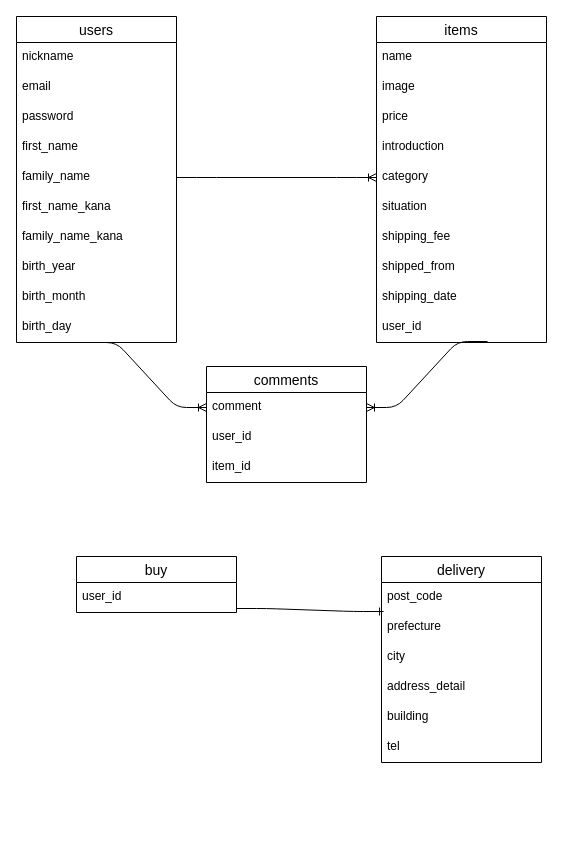
The draw.io diagram ER.dio in rokixiansheng/furima-41790, before the edit. Source tidied: cells renumbered, new cells numbered last; positions are measured from the earlier drawing's top-left corner, leaving out a move shared by most shapes. Both pictures are drawn from the tidied source at 100%, with x=0, y=0 at pixel (16, 16).
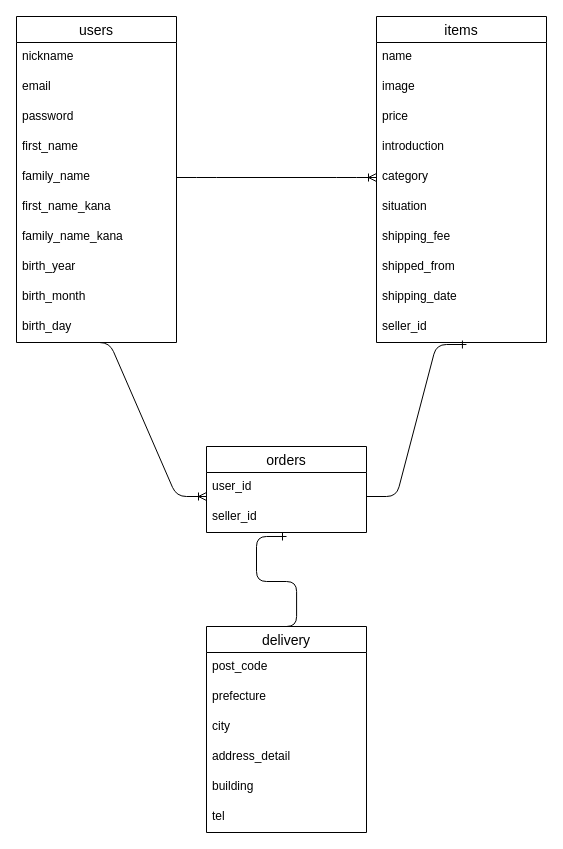
The same page after the edit.

Commit message (it also covers changes not shown here):
データベース設計②

Unchanged cells that the change refers to:
```xml
<mxCell id="2" value="users" style="swimlane;fontStyle=0;horizontal=1;startSize=26;align=center;fontSize=14;" parent="1" vertex="1">
  <mxGeometry width="160" height="326" as="geometry" />
</mxCell>
<mxCell id="13" value="birth_day" style="text;strokeColor=none;fillColor=none;spacingLeft=4;spacingRight=4;overflow=hidden;points=[[0,0.5],[1,0.5]];portConstraint=eastwest;fontSize=12;" parent="2" vertex="1">
  <mxGeometry y="296" width="160" height="30" as="geometry" />
</mxCell>
<mxCell id="14" value="items" style="swimlane;fontStyle=0;horizontal=1;startSize=26;align=center;fontSize=14;" parent="1" vertex="1">
  <mxGeometry x="360" width="170" height="326" as="geometry" />
</mxCell>
<mxCell id="26" value="user_id" style="text;strokeColor=none;fillColor=none;spacingLeft=4;spacingRight=4;overflow=hidden;points=[[0,0.5],[1,0.5]];portConstraint=eastwest;fontSize=12;" parent="25" vertex="1">
  <mxGeometry y="26" width="160" height="30" as="geometry" />
</mxCell>
<mxCell id="29" value="prefecture" style="text;strokeColor=none;fillColor=none;spacingLeft=4;spacingRight=4;overflow=hidden;points=[[0,0.5],[1,0.5]];portConstraint=eastwest;fontSize=12;" parent="27" vertex="1">
  <mxGeometry y="56" width="160" height="30" as="geometry" />
</mxCell>
```

Change to the diagram source:
```diff
@@
-    <mxCell id="12" style="edgeStyle=entityRelationEdgeStyle;fontSize=12;html=1;endArrow=ERoneToMany;entryX=0;entryY=0.5;entryDx=0;entryDy=0;" parent="2" edge="1" target="35">
-      <mxGeometry relative="1" as="geometry">
-        <mxPoint x="70" y="326" as="sourcePoint" />
-      </mxGeometry>
-    </mxCell>
@@
-    <mxCell id="24" value="user_id" style="text;strokeColor=none;fillColor=none;spacingLeft=4;spacingRight=4;overflow=hidden;points=[[0,0.5],[1,0.5]];portConstraint=eastwest;fontSize=12;" parent="14" vertex="1">
+    <mxCell id="24" value="seller_id" style="text;strokeColor=none;fillColor=none;spacingLeft=4;spacingRight=4;overflow=hidden;points=[[0,0.5],[1,0.5]];portConstraint=eastwest;fontSize=12;" parent="14" vertex="1">
       <mxGeometry y="296" width="170" height="30" as="geometry" />
     </mxCell>
-    <mxCell id="25" value="buy" style="swimlane;fontStyle=0;horizontal=1;startSize=26;align=center;fontSize=14;" parent="1" vertex="1">
-      <mxGeometry x="60" y="540" width="160" height="56" as="geometry" />
+    <mxCell id="25" value="orders" style="swimlane;fontStyle=0;horizontal=1;startSize=26;align=center;fontSize=14;" parent="1" vertex="1">
+      <mxGeometry x="190" y="430" width="160" height="86" as="geometry" />
     </mxCell>
@@
+    <mxCell id="41" value="seller_id" style="text;strokeColor=none;fillColor=none;spacingLeft=4;spacingRight=4;overflow=hidden;points=[[0,0.5],[1,0.5]];portConstraint=eastwest;fontSize=12;" parent="25" vertex="1">
+      <mxGeometry y="56" width="160" height="30" as="geometry" />
+    </mxCell>
     <mxCell id="27" value="delivery" style="swimlane;fontStyle=0;horizontal=1;startSize=26;align=center;fontSize=14;" parent="1" vertex="1">
-      <mxGeometry x="365" y="540" width="160" height="206" as="geometry" />
+      <mxGeometry x="190" y="610" width="160" height="206" as="geometry" />
     </mxCell>
@@
-    <mxCell id="34" value="comments" style="swimlane;fontStyle=0;horizontal=1;startSize=26;align=center;fontSize=14;" parent="1" vertex="1">
-      <mxGeometry x="190" y="350" width="160" height="116" as="geometry" />
-    </mxCell>
-    <mxCell id="35" value="comment" style="text;strokeColor=none;fillColor=none;spacingLeft=4;spacingRight=4;overflow=hidden;points=[[0,0.5],[1,0.5]];portConstraint=eastwest;fontSize=12;" parent="34" vertex="1">
-      <mxGeometry y="26" width="160" height="30" as="geometry" />
-    </mxCell>
-    <mxCell id="36" value="user_id" style="text;strokeColor=none;fillColor=none;spacingLeft=4;spacingRight=4;overflow=hidden;fontSize=12;" parent="34" vertex="1">
-      <mxGeometry y="56" width="160" height="30" as="geometry" />
-    </mxCell>
-    <mxCell id="37" value="item_id" style="text;strokeColor=none;fillColor=none;spacingLeft=4;spacingRight=4;overflow=hidden;fontSize=12;" parent="34" vertex="1">
-      <mxGeometry y="86" width="160" height="30" as="geometry" />
-    </mxCell>
-    <mxCell id="38" style="edgeStyle=entityRelationEdgeStyle;fontSize=12;html=1;endArrow=ERoneToMany;entryX=1;entryY=0.5;entryDx=0;entryDy=0;exitX=0.653;exitY=0.967;exitDx=0;exitDy=0;exitPerimeter=0;" parent="1" edge="1" source="24" target="35">
-      <mxGeometry relative="1" as="geometry" />
-    </mxCell>
@@
-    <mxCell id="40" style="edgeStyle=entityRelationEdgeStyle;fontSize=12;html=1;endArrow=ERone;endFill=1;exitX=1;exitY=-0.133;exitDx=0;exitDy=0;exitPerimeter=0;entryX=0.013;entryY=-0.033;entryDx=0;entryDy=0;entryPerimeter=0;" parent="1" edge="1" target="29">
-      <mxGeometry relative="1" as="geometry">
-        <mxPoint x="220" y="592" as="sourcePoint" />
-      </mxGeometry>
-    </mxCell>
+    <mxCell id="42" style="edgeStyle=entityRelationEdgeStyle;fontSize=12;html=1;endArrow=ERoneToMany;entryX=0;entryY=0.8;entryDx=0;entryDy=0;entryPerimeter=0;exitX=0.394;exitY=1;exitDx=0;exitDy=0;exitPerimeter=0;" parent="1" edge="1" source="13" target="26">
+      <mxGeometry relative="1" as="geometry" />
+    </mxCell>
+    <mxCell id="43" style="edgeStyle=entityRelationEdgeStyle;fontSize=12;html=1;endArrow=ERone;endFill=1;entryX=0.529;entryY=1.067;entryDx=0;entryDy=0;entryPerimeter=0;" parent="1" edge="1" target="24">
+      <mxGeometry relative="1" as="geometry">
+        <mxPoint x="350" y="480" as="sourcePoint" />
+      </mxGeometry>
+    </mxCell>
+    <mxCell id="44" style="edgeStyle=entityRelationEdgeStyle;fontSize=12;html=1;endArrow=ERone;endFill=1;entryX=0.5;entryY=1.133;entryDx=0;entryDy=0;entryPerimeter=0;" parent="1" edge="1" target="41">
+      <mxGeometry relative="1" as="geometry">
+        <mxPoint x="250.1" y="610" as="sourcePoint" />
+      </mxGeometry>
+    </mxCell>
```
